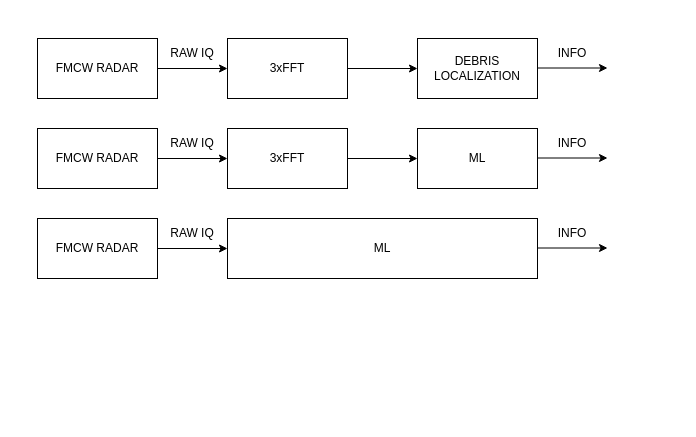
The draw.io diagram ESD7-ML-proposal-figure.drawio in Mikkelnn/ESD7-Project, before the edit. Source tidied: cells renumbered, new cells numbered last; positions are measured from the earlier drawing's top-left corner, leaving out a move shared by most shapes. Both pictures are drawn from the tidied source at 100%, with x=0, y=0 at pixel (37, 38).
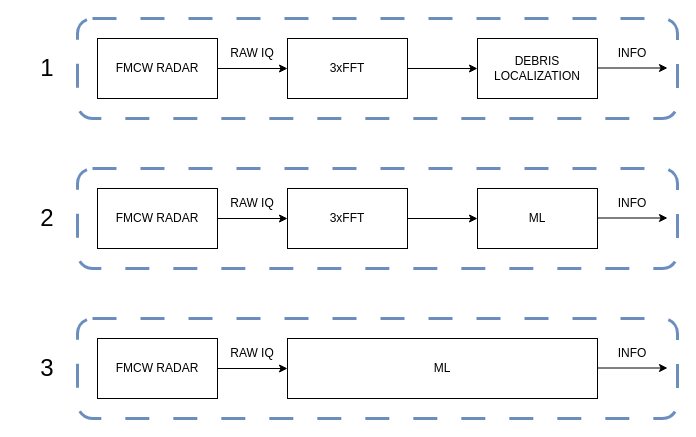
After the change.

What changed in the source:
```diff
@@
     <mxCell id="2" value="FMCW RADAR" style="rounded=0;whiteSpace=wrap;html=1;" parent="1" vertex="1">
-      <mxGeometry width="120" height="60" as="geometry" />
+      <mxGeometry x="60" width="120" height="60" as="geometry" />
     </mxCell>
     <mxCell id="3" style="endArrow=classic;html=1;rounded=0;" parent="1" edge="1">
       <mxGeometry relative="1" as="geometry">
-        <mxPoint x="120" y="30" as="sourcePoint" />
-        <mxPoint x="190" y="30" as="targetPoint" />
+        <mxPoint x="180" y="30" as="sourcePoint" />
+        <mxPoint x="250" y="30" as="targetPoint" />
       </mxGeometry>
     </mxCell>
     <mxCell id="4" value="3xFFT" style="rounded=0;whiteSpace=wrap;html=1;" parent="1" vertex="1">
-      <mxGeometry x="190" width="120" height="60" as="geometry" />
+      <mxGeometry x="250" width="120" height="60" as="geometry" />
     </mxCell>
     <mxCell id="5" style="endArrow=classic;html=1;rounded=0;" parent="1" edge="1">
       <mxGeometry relative="1" as="geometry">
-        <mxPoint x="310" y="30" as="sourcePoint" />
-        <mxPoint x="380" y="30" as="targetPoint" />
+        <mxPoint x="370" y="30" as="sourcePoint" />
+        <mxPoint x="440" y="30" as="targetPoint" />
       </mxGeometry>
     </mxCell>
     <mxCell id="6" value="DEBRIS&lt;br&gt;LOCALIZATION" style="rounded=0;whiteSpace=wrap;html=1;" parent="1" vertex="1">
-      <mxGeometry x="380" width="120" height="60" as="geometry" />
+      <mxGeometry x="440" width="120" height="60" as="geometry" />
     </mxCell>
     <mxCell id="7" style="endArrow=classic;html=1;rounded=0;" parent="1" edge="1">
       <mxGeometry relative="1" as="geometry">
-        <mxPoint x="500" y="29.5" as="sourcePoint" />
-        <mxPoint x="570" y="29.5" as="targetPoint" />
+        <mxPoint x="560" y="29.5" as="sourcePoint" />
+        <mxPoint x="630" y="29.5" as="targetPoint" />
       </mxGeometry>
     </mxCell>
     <mxCell id="8" value="INFO" style="text;html=1;align=center;verticalAlign=middle;whiteSpace=wrap;rounded=0;" parent="1" vertex="1">
-      <mxGeometry x="500" width="70" height="30" as="geometry" />
+      <mxGeometry x="560" width="70" height="30" as="geometry" />
     </mxCell>
     <mxCell id="9" value="RAW IQ" style="text;html=1;align=center;verticalAlign=middle;whiteSpace=wrap;rounded=0;" parent="1" vertex="1">
-      <mxGeometry x="120" width="70" height="30" as="geometry" />
+      <mxGeometry x="180" width="70" height="30" as="geometry" />
     </mxCell>
     <mxCell id="10" value="FMCW RADAR" style="rounded=0;whiteSpace=wrap;html=1;" parent="1" vertex="1">
-      <mxGeometry y="90" width="120" height="60" as="geometry" />
+      <mxGeometry x="60" y="150" width="120" height="60" as="geometry" />
     </mxCell>
     <mxCell id="11" style="endArrow=classic;html=1;rounded=0;" parent="1" edge="1">
       <mxGeometry relative="1" as="geometry">
-        <mxPoint x="120" y="120" as="sourcePoint" />
-        <mxPoint x="190" y="120" as="targetPoint" />
+        <mxPoint x="180" y="180" as="sourcePoint" />
+        <mxPoint x="250" y="180" as="targetPoint" />
       </mxGeometry>
     </mxCell>
     <mxCell id="12" value="3xFFT" style="rounded=0;whiteSpace=wrap;html=1;" parent="1" vertex="1">
-      <mxGeometry x="190" y="90" width="120" height="60" as="geometry" />
+      <mxGeometry x="250" y="150" width="120" height="60" as="geometry" />
     </mxCell>
     <mxCell id="13" style="endArrow=classic;html=1;rounded=0;" parent="1" edge="1">
       <mxGeometry relative="1" as="geometry">
-        <mxPoint x="310" y="120" as="sourcePoint" />
-        <mxPoint x="380" y="120" as="targetPoint" />
+        <mxPoint x="370" y="180" as="sourcePoint" />
+        <mxPoint x="440" y="180" as="targetPoint" />
       </mxGeometry>
     </mxCell>
     <mxCell id="14" value="ML" style="rounded=0;whiteSpace=wrap;html=1;" parent="1" vertex="1">
-      <mxGeometry x="380" y="90" width="120" height="60" as="geometry" />
+      <mxGeometry x="440" y="150" width="120" height="60" as="geometry" />
     </mxCell>
     <mxCell id="15" style="endArrow=classic;html=1;rounded=0;" parent="1" edge="1">
       <mxGeometry relative="1" as="geometry">
-        <mxPoint x="500" y="119.5" as="sourcePoint" />
-        <mxPoint x="570" y="119.5" as="targetPoint" />
+        <mxPoint x="560" y="179.5" as="sourcePoint" />
+        <mxPoint x="630" y="179.5" as="targetPoint" />
       </mxGeometry>
     </mxCell>
     <mxCell id="16" value="INFO" style="text;html=1;align=center;verticalAlign=middle;whiteSpace=wrap;rounded=0;" parent="1" vertex="1">
-      <mxGeometry x="500" y="90" width="70" height="30" as="geometry" />
+      <mxGeometry x="560" y="150" width="70" height="30" as="geometry" />
     </mxCell>
     <mxCell id="17" value="RAW IQ" style="text;html=1;align=center;verticalAlign=middle;whiteSpace=wrap;rounded=0;" parent="1" vertex="1">
-      <mxGeometry x="120" y="90" width="70" height="30" as="geometry" />
+      <mxGeometry x="180" y="150" width="70" height="30" as="geometry" />
     </mxCell>
     <mxCell id="18" value="FMCW RADAR" style="rounded=0;whiteSpace=wrap;html=1;" parent="1" vertex="1">
-      <mxGeometry y="180" width="120" height="60" as="geometry" />
+      <mxGeometry x="60" y="300" width="120" height="60" as="geometry" />
     </mxCell>
     <mxCell id="19" style="endArrow=classic;html=1;rounded=0;" parent="1" edge="1">
       <mxGeometry relative="1" as="geometry">
-        <mxPoint x="120" y="210" as="sourcePoint" />
-        <mxPoint x="190" y="210" as="targetPoint" />
+        <mxPoint x="180" y="330" as="sourcePoint" />
+        <mxPoint x="250" y="330" as="targetPoint" />
       </mxGeometry>
     </mxCell>
     <mxCell id="20" value="ML" style="rounded=0;whiteSpace=wrap;html=1;" parent="1" vertex="1">
-      <mxGeometry x="190" y="180" width="310" height="60" as="geometry" />
+      <mxGeometry x="250" y="300" width="310" height="60" as="geometry" />
     </mxCell>
     <mxCell id="21" style="endArrow=classic;html=1;rounded=0;" parent="1" edge="1">
       <mxGeometry relative="1" as="geometry">
-        <mxPoint x="500" y="209.5" as="sourcePoint" />
-        <mxPoint x="570" y="209.5" as="targetPoint" />
+        <mxPoint x="560" y="329.5" as="sourcePoint" />
+        <mxPoint x="630" y="329.5" as="targetPoint" />
       </mxGeometry>
     </mxCell>
     <mxCell id="22" value="INFO" style="text;html=1;align=center;verticalAlign=middle;whiteSpace=wrap;rounded=0;" parent="1" vertex="1">
-      <mxGeometry x="500" y="180" width="70" height="30" as="geometry" />
+      <mxGeometry x="560" y="300" width="70" height="30" as="geometry" />
     </mxCell>
     <mxCell id="23" value="RAW IQ" style="text;html=1;align=center;verticalAlign=middle;whiteSpace=wrap;rounded=0;" parent="1" vertex="1">
-      <mxGeometry x="120" y="180" width="70" height="30" as="geometry" />
+      <mxGeometry x="180" y="300" width="70" height="30" as="geometry" />
     </mxCell>
+    <mxCell id="24" style="rounded=1;whiteSpace=wrap;html=1;fillColor=none;strokeColor=#6C8EBF;dashed=1;dashPattern=8 8;strokeWidth=3;" parent="1" vertex="1">
+      <mxGeometry x="40" y="-20" width="600" height="100" as="geometry" />
+    </mxCell>
+    <mxCell id="25" style="rounded=1;whiteSpace=wrap;html=1;fillColor=none;strokeColor=#6C8EBF;dashed=1;dashPattern=8 8;strokeWidth=3;" parent="1" vertex="1">
+      <mxGeometry x="40" y="130" width="600" height="100" as="geometry" />
+    </mxCell>
+    <mxCell id="26" style="rounded=1;whiteSpace=wrap;html=1;fillColor=none;strokeColor=#6C8EBF;dashed=1;dashPattern=8 8;strokeWidth=3;" parent="1" vertex="1">
+      <mxGeometry x="40" y="280" width="600" height="100" as="geometry" />
+    </mxCell>
+    <mxCell id="27" value="&lt;font style=&quot;font-size: 24px;&quot;&gt;1&lt;/font&gt;" style="text;html=1;align=center;verticalAlign=middle;whiteSpace=wrap;rounded=0;" parent="1" vertex="1">
+      <mxGeometry x="-20" y="15" width="60" height="30" as="geometry" />
+    </mxCell>
+    <mxCell id="28" value="&lt;font style=&quot;font-size: 24px;&quot;&gt;2&lt;/font&gt;" style="text;html=1;align=center;verticalAlign=middle;whiteSpace=wrap;rounded=0;" parent="1" vertex="1">
+      <mxGeometry x="-20" y="165" width="60" height="30" as="geometry" />
+    </mxCell>
+    <mxCell id="29" value="&lt;font style=&quot;font-size: 24px;&quot;&gt;3&lt;/font&gt;" style="text;html=1;align=center;verticalAlign=middle;whiteSpace=wrap;rounded=0;" parent="1" vertex="1">
+      <mxGeometry x="-20" y="315" width="60" height="30" as="geometry" />
+    </mxCell>
```
